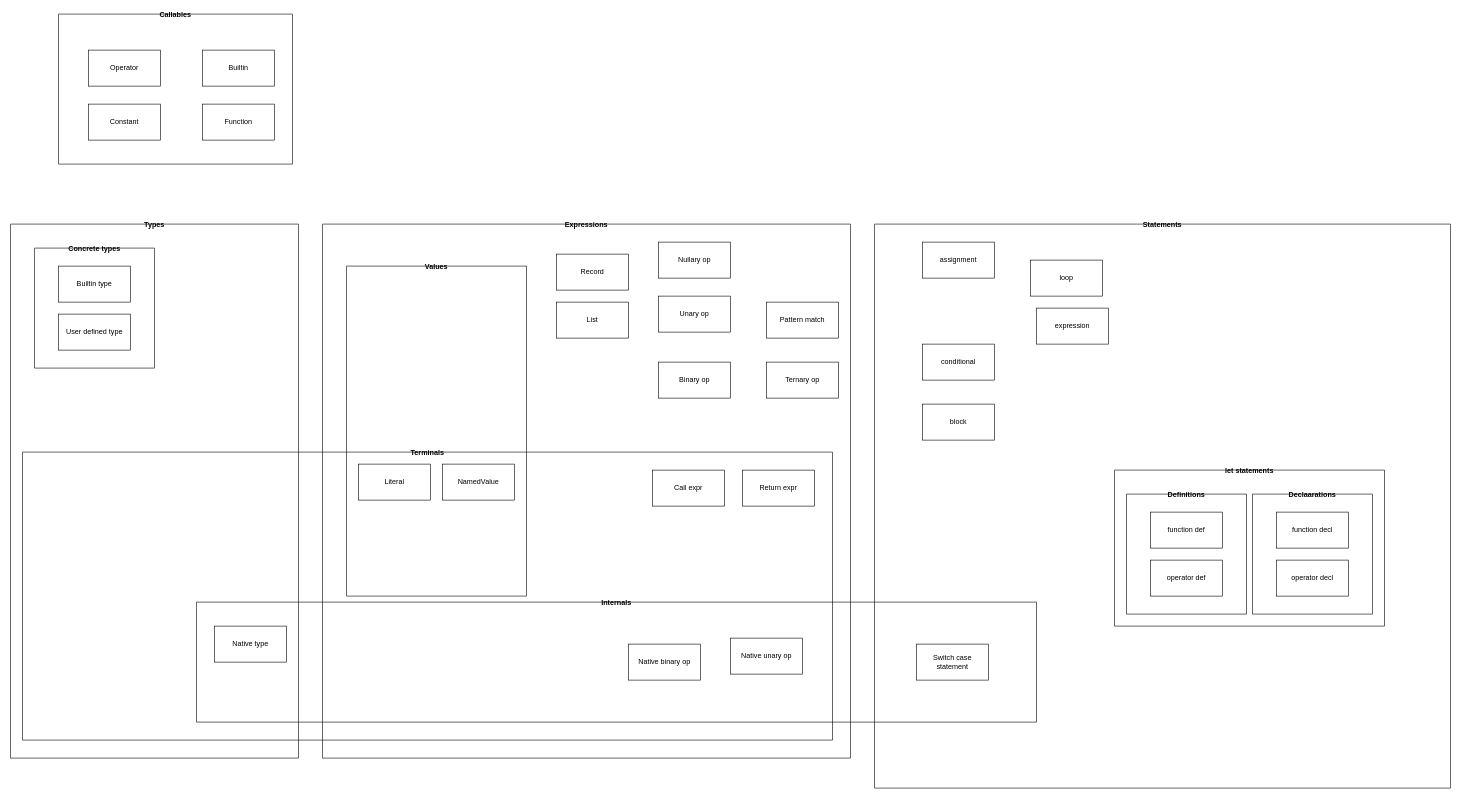
Before: design/AST_venn.drawio in mekelius/maps, a draw.io diagram. Source tidied: cells renumbered, new cells numbered last; positions are measured from the earlier drawing's top-left corner, leaving out a move shared by most shapes. Both pictures are drawn from the tidied source at 60%, with x=0, y=0 at pixel (10, 14).
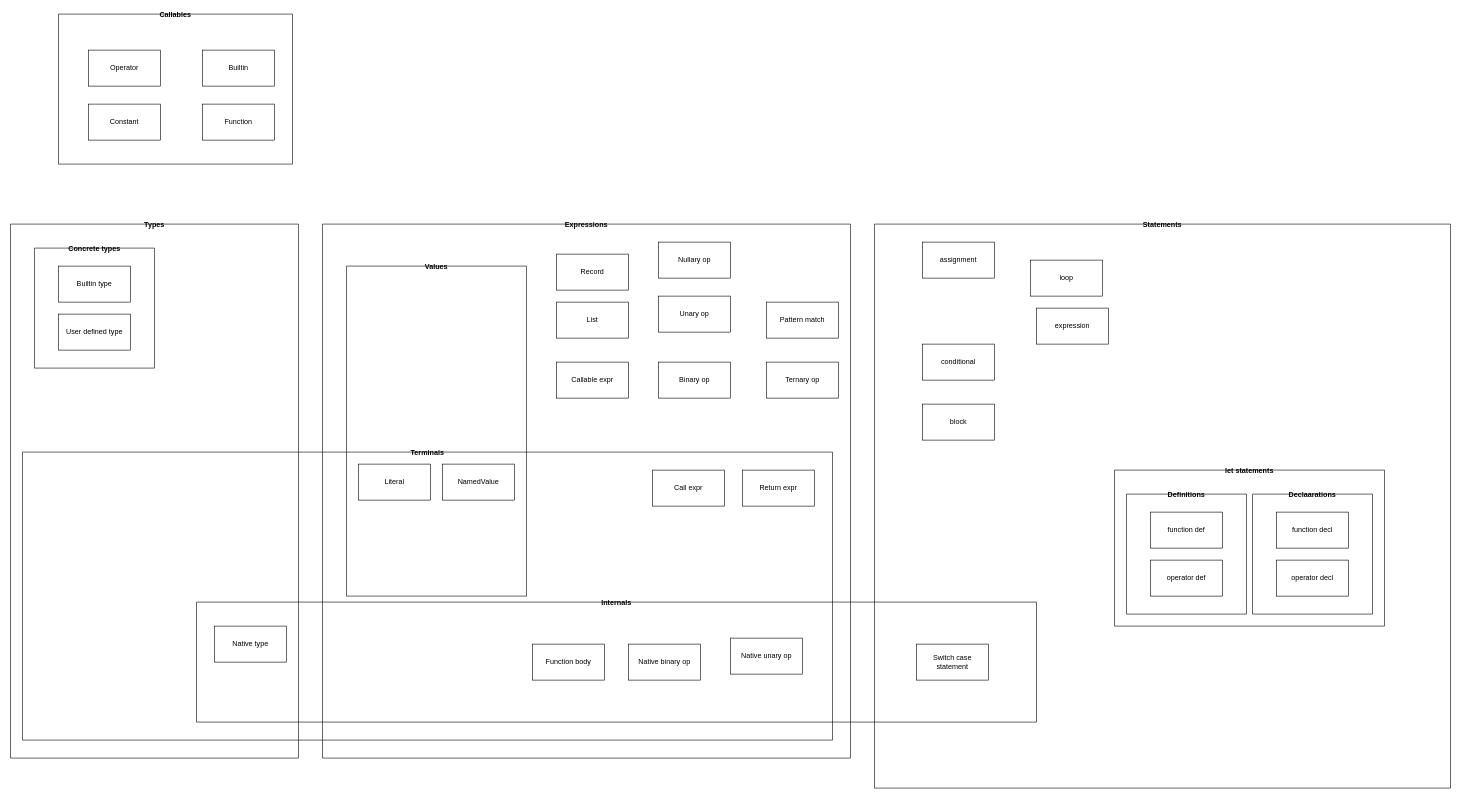
The same diagram, later.

Unchanged cells that the change refers to:
```xml
<mxCell id="2" value="Expressions" style="swimlane;startSize=0;" parent="1" vertex="1">
  <mxGeometry x="520" y="350" width="880" height="890" as="geometry" />
</mxCell>
<mxCell id="38" value="Internals" style="swimlane;startSize=0;" parent="26" vertex="1">
  <mxGeometry x="290" y="250" width="1400" height="200" as="geometry" />
</mxCell>
```

Diff of the diagram source:
```diff
@@
+    <mxCell id="43" value="Callable expr" style="rounded=0;whiteSpace=wrap;html=1;" parent="2" vertex="1">
+      <mxGeometry x="390" y="230" width="120" height="60" as="geometry" />
+    </mxCell>
@@
+    <mxCell id="44" value="Function body" style="rounded=0;whiteSpace=wrap;html=1;" parent="38" vertex="1">
+      <mxGeometry x="560" y="70" width="120" height="60" as="geometry" />
+    </mxCell>
```
